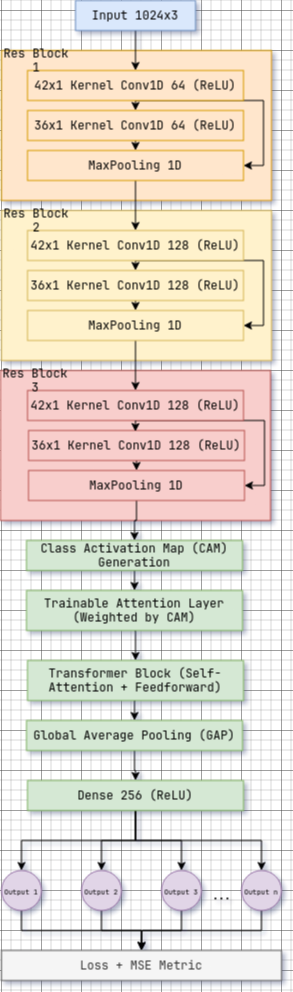
The draw.io diagram .images/AttentionCNN.png in Zeos-ctrl/MicroprojectPXT992, before a commit. Source tidied: cells renumbered, new cells last; positions are measured from the earlier drawing's top-left corner, leaving out a move shared by most shapes.
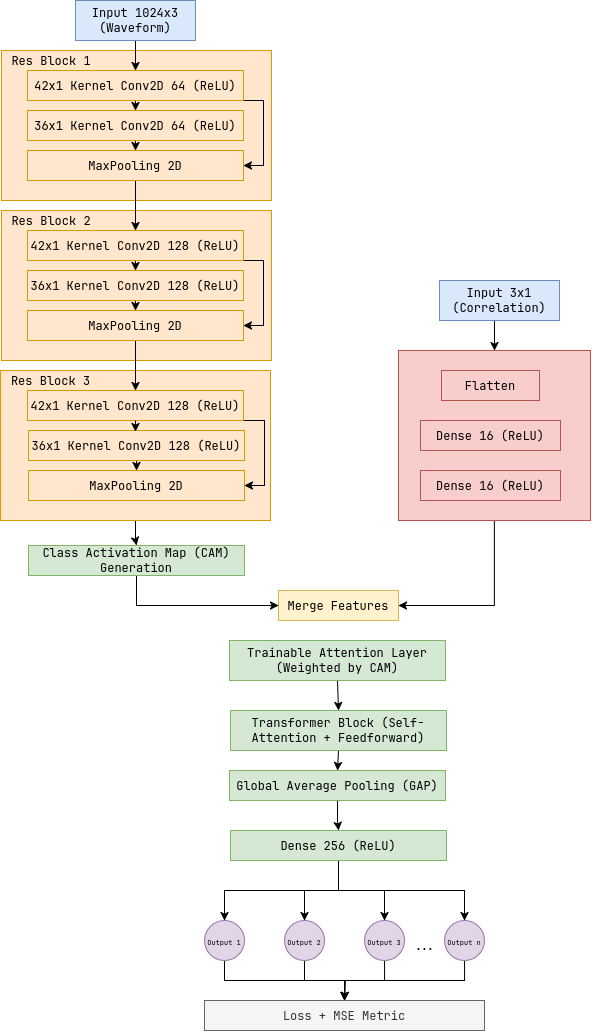
Later version of the same file.

The edit, as a diff of the source:
```diff
@@ -2,10 +2,19 @@
   <root>
     <mxCell id="0" />
     <mxCell id="1" parent="0" />
+    <mxCell id="54" style="edgeStyle=orthogonalEdgeStyle;rounded=0;jettySize=auto;html=1;exitX=0.5;exitY=1;exitDx=0;exitDy=0;entryX=1;entryY=0.5;entryDx=0;entryDy=0;" parent="1" edge="1" source="55" target="63">
+      <mxGeometry relative="1" as="geometry" />
+    </mxCell>
+    <mxCell id="55" style="rounded=0;whiteSpace=wrap;html=1;fillColor=#f8cecc;strokeColor=#b85450;" parent="1" vertex="1">
+      <mxGeometry x="398" y="350" width="192" height="170" as="geometry" />
+    </mxCell>
-    <mxCell id="2" style="rounded=0;whiteSpace=wrap;html=1;fillColor=#fff2cc;strokeColor=#d6b656;" parent="1" vertex="1">
+    <mxCell id="2" style="rounded=0;whiteSpace=wrap;html=1;fillColor=#ffe6cc;strokeColor=#d79b00;" parent="1" vertex="1">
       <mxGeometry x="1" y="210" width="270" height="150" as="geometry" />
     </mxCell>
+    <mxCell id="56" style="edgeStyle=orthogonalEdgeStyle;rounded=0;jettySize=auto;html=1;" parent="1" edge="1" source="3" target="51">
+      <mxGeometry relative="1" as="geometry" />
+    </mxCell>
-    <mxCell id="3" style="rounded=0;whiteSpace=wrap;html=1;fillColor=#f8cecc;strokeColor=#b85450;" parent="1" vertex="1">
+    <mxCell id="3" style="rounded=0;whiteSpace=wrap;html=1;fillColor=#ffe6cc;strokeColor=#d79b00;" parent="1" vertex="1">
       <mxGeometry y="370" width="270" height="150" as="geometry" />
     </mxCell>
     <mxCell id="4" style="rounded=0;whiteSpace=wrap;html=1;fillColor=#ffe6cc;strokeColor=#d79b00;" parent="1" vertex="1">
@@ -14,8 +23,8 @@
     <mxCell id="5" style="edgeStyle=orthogonalEdgeStyle;rounded=0;jettySize=auto;html=1;exitX=0.5;exitY=1;exitDx=0;exitDy=0;entryX=0.5;entryY=0;entryDx=0;entryDy=0;" parent="1" edge="1" source="6" target="9">
       <mxGeometry relative="1" as="geometry" />
     </mxCell>
-    <mxCell id="6" value="Input 1024x3" style="rounded=0;whiteSpace=wrap;html=1;fillColor=#dae8fc;strokeColor=#6c8ebf;" parent="1" vertex="1">
-      <mxGeometry x="75" width="120" height="30" as="geometry" />
+    <mxCell id="6" value="Input 1024x3 (Waveform)" style="rounded=0;whiteSpace=wrap;html=1;fillColor=#dae8fc;strokeColor=#6c8ebf;" parent="1" vertex="1">
+      <mxGeometry x="75" width="120" height="40" as="geometry" />
     </mxCell>
     <mxCell id="7" style="edgeStyle=orthogonalEdgeStyle;rounded=0;jettySize=auto;html=1;exitX=0.5;exitY=1;exitDx=0;exitDy=0;entryX=0.5;entryY=0;entryDx=0;entryDy=0;" parent="1" edge="1" source="9" target="11">
       <mxGeometry relative="1" as="geometry">
@@ -33,23 +42,23 @@
         </Array>
       </mxGeometry>
     </mxCell>
-    <mxCell id="9" value="42x1 Kernel Conv1D 64 (ReLU)" style="rounded=0;whiteSpace=wrap;html=1;fillColor=#ffe6cc;strokeColor=#d79b00;" parent="1" vertex="1">
+    <mxCell id="9" value="42x1 Kernel Conv2D 64 (ReLU)" style="rounded=0;whiteSpace=wrap;html=1;fillColor=#ffe6cc;strokeColor=#d79b00;" parent="1" vertex="1">
       <mxGeometry x="27" y="70" width="216" height="30" as="geometry" />
     </mxCell>
     <mxCell id="10" style="edgeStyle=orthogonalEdgeStyle;rounded=0;jettySize=auto;html=1;exitX=0.5;exitY=1;exitDx=0;exitDy=0;entryX=0.5;entryY=0;entryDx=0;entryDy=0;" parent="1" edge="1" source="11" target="13">
       <mxGeometry relative="1" as="geometry" />
     </mxCell>
-    <mxCell id="11" value="36x1 Kernel Conv1D 64 (ReLU)" style="rounded=0;whiteSpace=wrap;html=1;fillColor=#ffe6cc;strokeColor=#d79b00;" parent="1" vertex="1">
+    <mxCell id="11" value="36x1 Kernel Conv2D 64 (ReLU)" style="rounded=0;whiteSpace=wrap;html=1;fillColor=#ffe6cc;strokeColor=#d79b00;" parent="1" vertex="1">
       <mxGeometry x="27" y="110" width="216" height="30" as="geometry" />
     </mxCell>
     <mxCell id="12" style="edgeStyle=orthogonalEdgeStyle;rounded=0;jettySize=auto;html=1;exitX=0.5;exitY=1;exitDx=0;exitDy=0;entryX=0.5;entryY=0;entryDx=0;entryDy=0;" parent="1" edge="1" source="13" target="17">
       <mxGeometry relative="1" as="geometry" />
     </mxCell>
-    <mxCell id="13" value="MaxPooling 1D" style="rounded=0;whiteSpace=wrap;html=1;fillColor=#ffe6cc;strokeColor=#d79b00;" parent="1" vertex="1">
+    <mxCell id="13" value="MaxPooling 2D" style="rounded=0;whiteSpace=wrap;html=1;fillColor=#ffe6cc;strokeColor=#d79b00;" parent="1" vertex="1">
       <mxGeometry x="27" y="150" width="216" height="30" as="geometry" />
     </mxCell>
     <mxCell id="14" value="Res Block 1" style="text;html=1;align=center;verticalAlign=middle;whiteSpace=wrap;rounded=0;" parent="1" vertex="1">
-      <mxGeometry x="1" y="50" width="70" height="20" as="geometry" />
+      <mxGeometry x="1" y="50" width="100" height="20" as="geometry" />
     </mxCell>
     <mxCell id="15" style="edgeStyle=orthogonalEdgeStyle;rounded=0;jettySize=auto;html=1;exitX=0.5;exitY=1;exitDx=0;exitDy=0;entryX=0.5;entryY=0;entryDx=0;entryDy=0;" parent="1" edge="1" source="17" target="19">
       <mxGeometry relative="1" as="geometry" />
@@ -62,23 +71,23 @@
         </Array>
       </mxGeometry>
     </mxCell>
-    <mxCell id="17" value="42x1 Kernel Conv1D 128 (ReLU)" style="rounded=0;whiteSpace=wrap;html=1;fillColor=#fff2cc;strokeColor=#d6b656;" parent="1" vertex="1">
+    <mxCell id="17" value="42x1 Kernel Conv2D 128 (ReLU)" style="rounded=0;whiteSpace=wrap;html=1;fillColor=#ffe6cc;strokeColor=#d79b00;" parent="1" vertex="1">
       <mxGeometry x="27" y="230" width="216" height="30" as="geometry" />
     </mxCell>
     <mxCell id="18" style="edgeStyle=orthogonalEdgeStyle;rounded=0;jettySize=auto;html=1;exitX=0.5;exitY=1;exitDx=0;exitDy=0;entryX=0.5;entryY=0;entryDx=0;entryDy=0;" parent="1" edge="1" source="19" target="21">
       <mxGeometry relative="1" as="geometry" />
     </mxCell>
-    <mxCell id="19" value="36x1 Kernel Conv1D 128 (ReLU)" style="rounded=0;whiteSpace=wrap;html=1;fillColor=#fff2cc;strokeColor=#d6b656;" parent="1" vertex="1">
+    <mxCell id="19" value="36x1 Kernel Conv2D 128 (ReLU)" style="rounded=0;whiteSpace=wrap;html=1;fillColor=#ffe6cc;strokeColor=#d79b00;" parent="1" vertex="1">
       <mxGeometry x="27" y="270" width="216" height="30" as="geometry" />
     </mxCell>
     <mxCell id="20" style="edgeStyle=orthogonalEdgeStyle;rounded=0;jettySize=auto;html=1;exitX=0.5;exitY=1;exitDx=0;exitDy=0;entryX=0.5;entryY=0;entryDx=0;entryDy=0;" parent="1" edge="1" source="21" target="24">
       <mxGeometry relative="1" as="geometry" />
     </mxCell>
-    <mxCell id="21" value="MaxPooling 1D" style="rounded=0;whiteSpace=wrap;html=1;fillColor=#fff2cc;strokeColor=#d6b656;" parent="1" vertex="1">
+    <mxCell id="21" value="MaxPooling 2D" style="rounded=0;whiteSpace=wrap;html=1;fillColor=#ffe6cc;strokeColor=#d79b00;" parent="1" vertex="1">
       <mxGeometry x="27" y="310" width="216" height="30" as="geometry" />
     </mxCell>
     <mxCell id="22" value="Res Block 2" style="text;html=1;align=center;verticalAlign=middle;whiteSpace=wrap;rounded=0;" parent="1" vertex="1">
-      <mxGeometry x="1" y="210" width="70" height="20" as="geometry" />
+      <mxGeometry x="1" y="210" width="100" height="20" as="geometry" />
     </mxCell>
     <mxCell id="23" style="edgeStyle=orthogonalEdgeStyle;rounded=0;jettySize=auto;html=1;exitX=0.5;exitY=1;exitDx=0;exitDy=0;entryX=1;entryY=0.5;entryDx=0;entryDy=0;" parent="1" edge="1" source="24" target="28">
       <mxGeometry relative="1" as="geometry">
@@ -88,23 +97,20 @@
         </Array>
       </mxGeometry>
     </mxCell>
-    <mxCell id="24" value="42x1 Kernel Conv1D 128 (ReLU)" style="rounded=0;whiteSpace=wrap;html=1;fillColor=#f8cecc;strokeColor=#b85450;" parent="1" vertex="1">
+    <mxCell id="24" value="42x1 Kernel Conv2D 128 (ReLU)" style="rounded=0;whiteSpace=wrap;html=1;fillColor=#ffe6cc;strokeColor=#d79b00;" parent="1" vertex="1">
       <mxGeometry x="27" y="390" width="216" height="30" as="geometry" />
     </mxCell>
     <mxCell id="25" style="edgeStyle=orthogonalEdgeStyle;rounded=0;jettySize=auto;html=1;exitX=0.5;exitY=1;exitDx=0;exitDy=0;entryX=0.5;entryY=0;entryDx=0;entryDy=0;" parent="1" edge="1" source="26" target="28">
       <mxGeometry relative="1" as="geometry" />
     </mxCell>
-    <mxCell id="26" value="36x1 Kernel Conv1D 128 (ReLU)" style="rounded=0;whiteSpace=wrap;html=1;fillColor=#f8cecc;strokeColor=#b85450;" parent="1" vertex="1">
+    <mxCell id="26" value="36x1 Kernel Conv2D 128 (ReLU)" style="rounded=0;whiteSpace=wrap;html=1;fillColor=#ffe6cc;strokeColor=#d79b00;" parent="1" vertex="1">
       <mxGeometry x="28" y="430" width="216" height="30" as="geometry" />
     </mxCell>
-    <mxCell id="27" style="edgeStyle=orthogonalEdgeStyle;rounded=0;jettySize=auto;html=1;exitX=0.5;exitY=1;exitDx=0;exitDy=0;entryX=0.5;entryY=0;entryDx=0;entryDy=0;" parent="1" edge="1" source="28" target="51">
-      <mxGeometry relative="1" as="geometry" />
-    </mxCell>
-    <mxCell id="28" value="MaxPooling 1D" style="rounded=0;whiteSpace=wrap;html=1;fillColor=#f8cecc;strokeColor=#b85450;" parent="1" vertex="1">
+    <mxCell id="28" value="MaxPooling 2D" style="rounded=0;whiteSpace=wrap;html=1;fillColor=#ffe6cc;strokeColor=#d79b00;" parent="1" vertex="1">
       <mxGeometry x="28" y="470" width="216" height="30" as="geometry" />
     </mxCell>
     <mxCell id="29" value="Res Block 3" style="text;html=1;align=center;verticalAlign=middle;whiteSpace=wrap;rounded=0;" parent="1" vertex="1">
-      <mxGeometry y="370" width="70" height="20" as="geometry" />
+      <mxGeometry y="370" width="101" height="20" as="geometry" />
     </mxCell>
     <mxCell id="30" style="edgeStyle=orthogonalEdgeStyle;rounded=0;jettySize=auto;html=1;exitX=0.5;exitY=1;exitDx=0;exitDy=0;entryX=0.495;entryY=0.037;entryDx=0;entryDy=0;entryPerimeter=0;" parent="1" edge="1" source="24" target="26">
       <mxGeometry relative="1" as="geometry" />
@@ -113,13 +119,13 @@
       <mxGeometry relative="1" as="geometry" />
     </mxCell>
     <mxCell id="32" value="Global Average Pooling (GAP)" style="rounded=0;whiteSpace=wrap;html=1;fillColor=#d5e8d4;strokeColor=#82b366;" parent="1" vertex="1">
-      <mxGeometry x="26" y="720" width="216" height="30" as="geometry" />
+      <mxGeometry x="229" y="770" width="216" height="30" as="geometry" />
     </mxCell>
     <mxCell id="33" style="edgeStyle=orthogonalEdgeStyle;rounded=0;jettySize=auto;html=1;exitX=0.5;exitY=1;exitDx=0;exitDy=0;entryX=0.5;entryY=0;entryDx=0;entryDy=0;" parent="1" edge="1" source="34" target="53">
       <mxGeometry relative="1" as="geometry" />
     </mxCell>
     <mxCell id="34" value="Trainable Attention Layer (Weighted by CAM)" style="rounded=0;whiteSpace=wrap;html=1;fillColor=#d5e8d4;strokeColor=#82b366;" parent="1" vertex="1">
-      <mxGeometry x="26" y="590" width="216" height="40" as="geometry" />
+      <mxGeometry x="229" y="640" width="216" height="40" as="geometry" />
     </mxCell>
     <mxCell id="35" style="edgeStyle=orthogonalEdgeStyle;rounded=0;jettySize=auto;html=1;exitX=0.5;exitY=1;exitDx=0;exitDy=0;entryX=0.5;entryY=0;entryDx=0;entryDy=0;" parent="1" edge="1" source="39" target="41">
       <mxGeometry relative="1" as="geometry" />
@@ -134,53 +140,71 @@
       <mxGeometry relative="1" as="geometry" />
     </mxCell>
     <mxCell id="39" value="Dense 256 (ReLU)" style="rounded=0;whiteSpace=wrap;html=1;fillColor=#d5e8d4;strokeColor=#82b366;" parent="1" vertex="1">
-      <mxGeometry x="27" y="780" width="216" height="30" as="geometry" />
+      <mxGeometry x="230" y="830" width="216" height="30" as="geometry" />
     </mxCell>
     <mxCell id="40" style="edgeStyle=orthogonalEdgeStyle;rounded=0;jettySize=auto;html=1;exitX=0.5;exitY=1;exitDx=0;exitDy=0;" parent="1" edge="1" source="41" target="49">
       <mxGeometry relative="1" as="geometry" />
     </mxCell>
     <mxCell id="41" value="&lt;font style=&quot;font-size: 7px;&quot;&gt;Output 1&lt;/font&gt;" style="ellipse;whiteSpace=wrap;html=1;fillColor=#e1d5e7;strokeColor=#9673a6;" parent="1" vertex="1">
-      <mxGeometry x="1" y="870" width="40" height="40" as="geometry" />
+      <mxGeometry x="204" y="920" width="40" height="40" as="geometry" />
     </mxCell>
     <mxCell id="42" style="edgeStyle=orthogonalEdgeStyle;rounded=0;jettySize=auto;html=1;exitX=0.5;exitY=1;exitDx=0;exitDy=0;entryX=0.5;entryY=0;entryDx=0;entryDy=0;" parent="1" edge="1" source="43" target="49">
       <mxGeometry relative="1" as="geometry" />
     </mxCell>
     <mxCell id="43" value="&lt;font style=&quot;font-size: 7px;&quot;&gt;Output 2&lt;br&gt;&lt;/font&gt;" style="ellipse;whiteSpace=wrap;html=1;fillColor=#e1d5e7;strokeColor=#9673a6;" parent="1" vertex="1">
-      <mxGeometry x="81" y="870" width="40" height="40" as="geometry" />
+      <mxGeometry x="284" y="920" width="40" height="40" as="geometry" />
     </mxCell>
     <mxCell id="44" style="edgeStyle=orthogonalEdgeStyle;rounded=0;jettySize=auto;html=1;exitX=0.5;exitY=1;exitDx=0;exitDy=0;" parent="1" edge="1" source="45">
       <mxGeometry relative="1" as="geometry">
-        <mxPoint x="141" y="950" as="targetPoint" />
+        <mxPoint x="344" y="1000" as="targetPoint" />
       </mxGeometry>
     </mxCell>
     <mxCell id="45" value="&lt;font style=&quot;font-size: 7px;&quot;&gt;Output 3&lt;br&gt;&lt;/font&gt;" style="ellipse;whiteSpace=wrap;html=1;fillColor=#e1d5e7;strokeColor=#9673a6;" parent="1" vertex="1">
-      <mxGeometry x="161" y="870" width="40" height="40" as="geometry" />
+      <mxGeometry x="364" y="920" width="40" height="40" as="geometry" />
     </mxCell>
     <mxCell id="46" style="edgeStyle=orthogonalEdgeStyle;rounded=0;jettySize=auto;html=1;exitX=0.5;exitY=1;exitDx=0;exitDy=0;" parent="1" edge="1" source="47">
       <mxGeometry relative="1" as="geometry">
-        <mxPoint x="141" y="950" as="targetPoint" />
+        <mxPoint x="344" y="1000" as="targetPoint" />
       </mxGeometry>
     </mxCell>
     <mxCell id="47" value="&lt;font style=&quot;font-size: 7px;&quot;&gt;Output n&lt;br&gt;&lt;/font&gt;" style="ellipse;whiteSpace=wrap;html=1;fillColor=#e1d5e7;strokeColor=#9673a6;" parent="1" vertex="1">
-      <mxGeometry x="241" y="870" width="40" height="40" as="geometry" />
+      <mxGeometry x="444" y="920" width="40" height="40" as="geometry" />
     </mxCell>
     <mxCell id="48" value="..." style="text;html=1;align=center;verticalAlign=middle;strokeColor=none;fillColor=none;" parent="1" vertex="1">
-      <mxGeometry x="206" y="880" width="30" height="30" as="geometry" />
+      <mxGeometry x="409" y="930" width="30" height="30" as="geometry" />
     </mxCell>
     <mxCell id="49" value="Loss + MSE Metric" style="rounded=0;whiteSpace=wrap;html=1;fillColor=#f5f5f5;fontColor=#333333;strokeColor=#666666;" parent="1" vertex="1">
-      <mxGeometry x="1" y="950" width="280" height="30" as="geometry" />
+      <mxGeometry x="204" y="1000" width="280" height="30" as="geometry" />
     </mxCell>
-    <mxCell id="50" style="edgeStyle=orthogonalEdgeStyle;rounded=0;jettySize=auto;html=1;exitX=0.5;exitY=1;exitDx=0;exitDy=0;entryX=0.5;entryY=0;entryDx=0;entryDy=0;" parent="1" edge="1" source="51" target="34">
-      <mxGeometry relative="1" as="geometry" />
-    </mxCell>
+    <mxCell id="57" style="edgeStyle=orthogonalEdgeStyle;rounded=0;jettySize=auto;html=1;exitX=0.5;exitY=1;exitDx=0;exitDy=0;entryX=0;entryY=0.5;entryDx=0;entryDy=0;" parent="1" edge="1" source="51" target="63">
+      <mxGeometry relative="1" as="geometry" />
+    </mxCell>
     <mxCell id="51" value="Class Activation Map (CAM) Generation" style="rounded=0;whiteSpace=wrap;html=1;fillColor=#d5e8d4;strokeColor=#82b366;" parent="1" vertex="1">
-      <mxGeometry x="26" y="540" width="216" height="30" as="geometry" />
+      <mxGeometry x="28" y="545" width="216" height="30" as="geometry" />
     </mxCell>
     <mxCell id="52" style="edgeStyle=orthogonalEdgeStyle;rounded=0;jettySize=auto;html=1;exitX=0.5;exitY=1;exitDx=0;exitDy=0;entryX=0.5;entryY=0;entryDx=0;entryDy=0;" parent="1" edge="1" source="53" target="32">
       <mxGeometry relative="1" as="geometry" />
     </mxCell>
     <mxCell id="53" value="Transformer Block (Self-Attention + Feedforward)" style="rounded=0;whiteSpace=wrap;html=1;fillColor=#d5e8d4;strokeColor=#82b366;" parent="1" vertex="1">
-      <mxGeometry x="27" y="660" width="216" height="40" as="geometry" />
+      <mxGeometry x="230" y="710" width="216" height="40" as="geometry" />
     </mxCell>
+    <mxCell id="58" style="edgeStyle=orthogonalEdgeStyle;rounded=0;jettySize=auto;html=1;exitX=0.5;exitY=1;exitDx=0;exitDy=0;entryX=0.5;entryY=0;entryDx=0;entryDy=0;" parent="1" edge="1" source="59" target="55">
+      <mxGeometry relative="1" as="geometry" />
+    </mxCell>
+    <mxCell id="59" value="Input 3x1 (Correlation)" style="rounded=0;whiteSpace=wrap;html=1;fillColor=#dae8fc;strokeColor=#6c8ebf;" parent="1" vertex="1">
+      <mxGeometry x="439" y="280" width="120" height="40" as="geometry" />
+    </mxCell>
+    <mxCell id="60" value="Flatten" style="rounded=0;whiteSpace=wrap;html=1;fillColor=#f8cecc;strokeColor=#b85450;" parent="1" vertex="1">
+      <mxGeometry x="441" y="370" width="98" height="30" as="geometry" />
+    </mxCell>
+    <mxCell id="61" value="Dense 16 (ReLU)" style="rounded=0;whiteSpace=wrap;html=1;fillColor=#f8cecc;strokeColor=#b85450;" parent="1" vertex="1">
+      <mxGeometry x="420" y="420" width="140" height="30" as="geometry" />
+    </mxCell>
+    <mxCell id="62" value="Dense 16 (ReLU)" style="rounded=0;whiteSpace=wrap;html=1;fillColor=#f8cecc;strokeColor=#b85450;" parent="1" vertex="1">
+      <mxGeometry x="420" y="470" width="140" height="30" as="geometry" />
+    </mxCell>
+    <mxCell id="63" value="Merge Features" style="rounded=0;whiteSpace=wrap;html=1;fillColor=#fff2cc;strokeColor=#d6b656;" parent="1" vertex="1">
+      <mxGeometry x="278" y="590" width="120" height="30" as="geometry" />
+    </mxCell>
   </root>
 </mxGraphModel>
```
